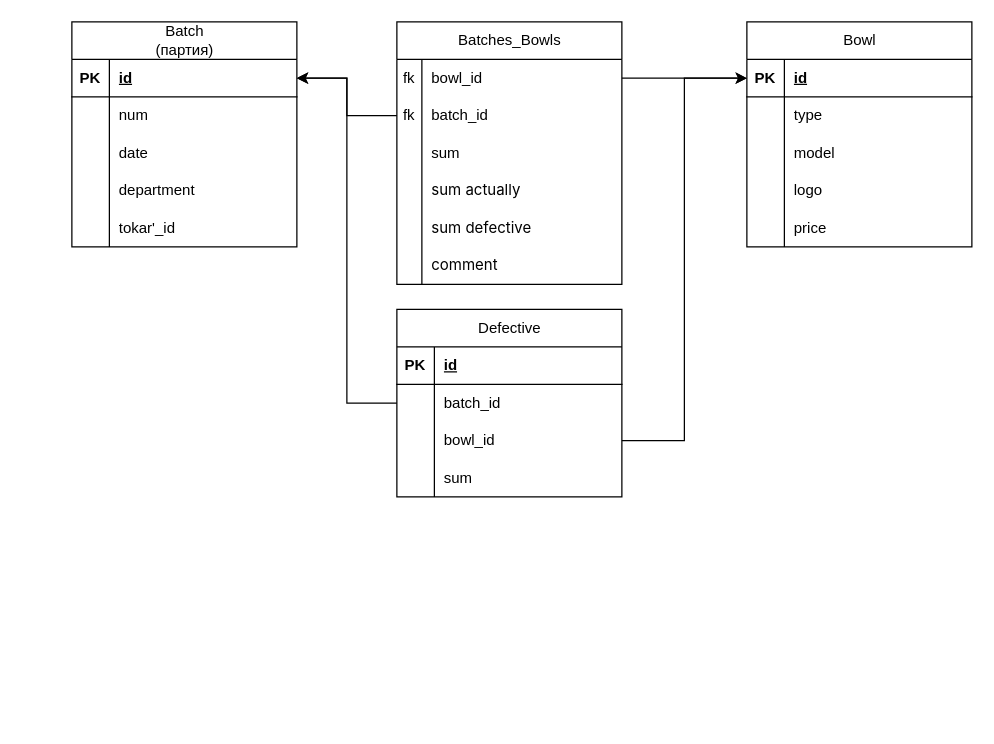
Before: CosmoCRM.drawio in OGdanik/db_diagrams, a draw.io diagram. Source tidied: cells renumbered, new cells numbered last; positions are measured from the earlier drawing's top-left corner, leaving out a move shared by most shapes. Both pictures are drawn from the tidied source at 125%, with x=0, y=0 at pixel (71, 21).
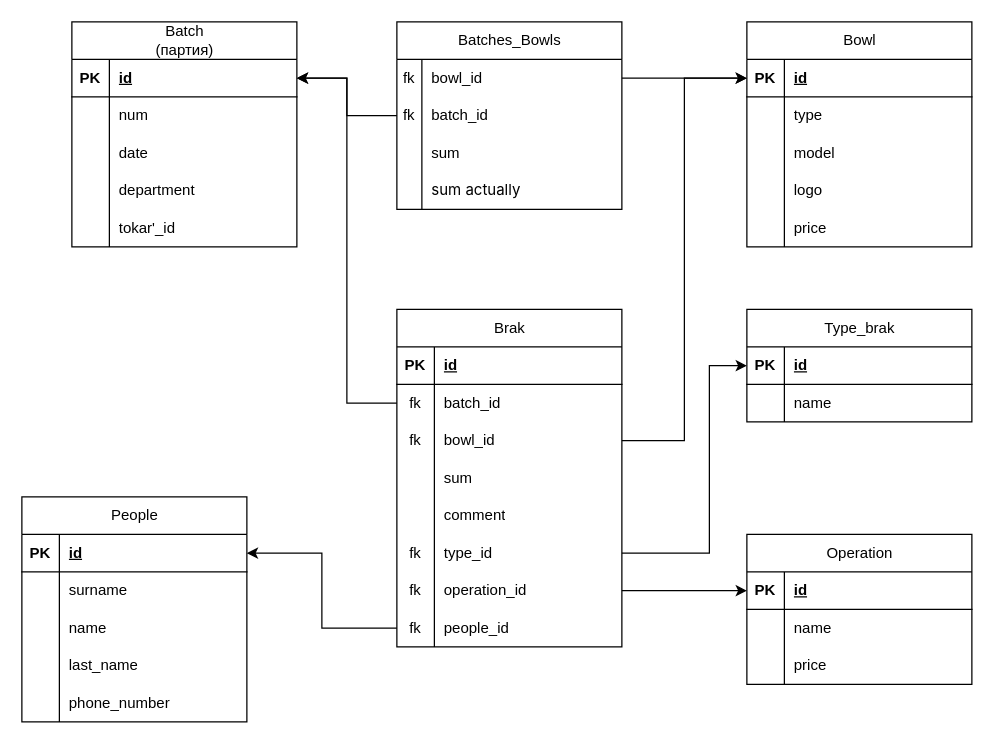
Above is the later version.

The change refers to these unchanged cells:
```xml
<mxCell id="59" style="shape=tableRow;horizontal=0;startSize=0;swimlaneHead=0;swimlaneBody=0;fillColor=none;points=[[0,0.5],[1,0.5]];portConstraint=eastwest;top=0;left=0;right=0;bottom=0;" parent="55" vertex="1">
  <mxGeometry y="60" width="180" height="30" as="geometry" />
</mxCell>
<mxCell id="62" style="shape=tableRow;horizontal=0;startSize=0;swimlaneHead=0;swimlaneBody=0;fillColor=none;points=[[0,0.5],[1,0.5]];portConstraint=eastwest;top=0;left=0;right=0;bottom=0;" parent="55" vertex="1">
  <mxGeometry y="90" width="180" height="30" as="geometry" />
</mxCell>
```

What changed in the source:
```diff
@@
     <mxCell id="18" value="&lt;span style=&quot;font-weight: 400; text-wrap: wrap;&quot;&gt;Batches_Bowls&lt;/span&gt;" style="shape=table;startSize=30;childLayout=tableLayout;rowLines=0;fontStyle=1;align=center;html=1;" parent="1" vertex="1">
-      <mxGeometry x="260" width="180" height="210" as="geometry" />
+      <mxGeometry x="260" width="180" height="150" as="geometry" />
     </mxCell>
@@
-    <mxCell id="31" style="shape=tableRow;horizontal=0;startSize=0;swimlaneHead=0;swimlaneBody=0;fillColor=none;top=0;left=0;right=0;bottom=0;" parent="18" vertex="1">
-      <mxGeometry y="150" width="180" height="30" as="geometry" />
-    </mxCell>
-    <mxCell id="32" style="shape=partialRectangle;fillColor=none;top=0;left=0;bottom=0;right=0;overflow=hidden;whiteSpace=wrap;html=1;" parent="31" vertex="1">
-      <mxGeometry width="20" height="30" as="geometry" />
-    </mxCell>
-    <mxCell id="33" value="&lt;font size=&quot;1&quot; face=&quot;YS Text, -apple-system, BlinkMacSystemFont, Arial, Helvetica, sans-serif&quot;&gt;&lt;span style=&quot;white-space-collapse: preserve; background-color: rgba(255, 255, 255, 0.05); font-size: 12px;&quot;&gt;sum &lt;/span&gt;&lt;/font&gt;&lt;font face=&quot;YS Text, -apple-system, BlinkMacSystemFont, Arial, Helvetica, sans-serif&quot;&gt;&lt;span style=&quot;white-space-collapse: preserve;&quot;&gt;defective&lt;/span&gt;&lt;/font&gt;" style="shape=partialRectangle;fillColor=none;top=0;left=0;bottom=0;right=0;align=left;spacingLeft=6;overflow=hidden;whiteSpace=wrap;html=1;" parent="31" vertex="1">
-      <mxGeometry x="20" width="160" height="30" as="geometry" />
-    </mxCell>
-    <mxCell id="34" style="shape=tableRow;horizontal=0;startSize=0;swimlaneHead=0;swimlaneBody=0;fillColor=none;points=[[0,0.5],[1,0.5]];portConstraint=eastwest;top=0;left=0;right=0;bottom=0;" parent="18" vertex="1">
-      <mxGeometry y="180" width="180" height="30" as="geometry" />
-    </mxCell>
-    <mxCell id="35" style="shape=partialRectangle;fillColor=none;top=0;left=0;bottom=0;right=0;overflow=hidden;whiteSpace=wrap;html=1;" parent="34" vertex="1">
-      <mxGeometry width="20" height="30" as="geometry" />
-    </mxCell>
-    <mxCell id="36" value="&lt;span style=&quot;font-family: &amp;quot;YS Text&amp;quot;, -apple-system, BlinkMacSystemFont, Arial, Helvetica, sans-serif; white-space-collapse: preserve; background-color: rgba(255, 255, 255, 0.05);&quot;&gt;comment&lt;/span&gt;" style="shape=partialRectangle;fillColor=none;top=0;left=0;bottom=0;right=0;align=left;spacingLeft=6;overflow=hidden;whiteSpace=wrap;html=1;" parent="34" vertex="1">
-      <mxGeometry x="20" width="160" height="30" as="geometry" />
-    </mxCell>
@@
-    <mxCell id="55" value="&lt;span style=&quot;font-weight: 400; text-wrap: wrap;&quot;&gt;Defective&lt;/span&gt;" style="shape=table;startSize=30;childLayout=tableLayout;rowLines=0;fontStyle=1;align=center;html=1;" parent="1" vertex="1">
-      <mxGeometry x="260" y="230" width="180" height="150" as="geometry" />
+    <mxCell id="55" value="&lt;span style=&quot;font-weight: 400; text-wrap: wrap;&quot;&gt;Brak&lt;/span&gt;" style="shape=table;startSize=30;childLayout=tableLayout;rowLines=0;fontStyle=1;align=center;html=1;" parent="1" vertex="1">
+      <mxGeometry x="260" y="230" width="180" height="270" as="geometry" />
     </mxCell>
@@
-    <mxCell id="60" style="shape=partialRectangle;fillColor=none;top=0;left=0;bottom=0;right=0;overflow=hidden;whiteSpace=wrap;html=1;" parent="59" vertex="1">
+    <mxCell id="60" value="fk" style="shape=partialRectangle;fillColor=none;top=0;left=0;bottom=0;right=0;overflow=hidden;whiteSpace=wrap;html=1;" parent="59" vertex="1">
       <mxGeometry width="30" height="30" as="geometry" />
     </mxCell>
@@
-    <mxCell id="63" style="shape=partialRectangle;fillColor=none;top=0;left=0;bottom=0;right=0;overflow=hidden;whiteSpace=wrap;html=1;" parent="62" vertex="1">
+    <mxCell id="63" value="fk" style="shape=partialRectangle;fillColor=none;top=0;left=0;bottom=0;right=0;overflow=hidden;whiteSpace=wrap;html=1;" parent="62" vertex="1">
       <mxGeometry width="30" height="30" as="geometry" />
     </mxCell>
@@
+    <mxCell id="70" style="shape=tableRow;horizontal=0;startSize=0;swimlaneHead=0;swimlaneBody=0;fillColor=none;top=0;left=0;right=0;bottom=0;" parent="55" vertex="1">
+      <mxGeometry y="120" width="180" height="30" as="geometry" />
+    </mxCell>
+    <mxCell id="71" style="shape=partialRectangle;fillColor=none;top=0;left=0;bottom=0;right=0;overflow=hidden;whiteSpace=wrap;html=1;" parent="70" vertex="1">
+      <mxGeometry width="30" height="30" as="geometry" />
+    </mxCell>
+    <mxCell id="72" value="sum" style="shape=partialRectangle;fillColor=none;top=0;left=0;bottom=0;right=0;align=left;spacingLeft=6;overflow=hidden;whiteSpace=wrap;html=1;" parent="70" vertex="1">
+      <mxGeometry x="30" width="150" height="30" as="geometry" />
+    </mxCell>
+    <mxCell id="73" style="shape=tableRow;horizontal=0;startSize=0;swimlaneHead=0;swimlaneBody=0;fillColor=none;top=0;left=0;right=0;bottom=0;" parent="55" vertex="1">
+      <mxGeometry y="150" width="180" height="30" as="geometry" />
+    </mxCell>
+    <mxCell id="74" style="shape=partialRectangle;fillColor=none;top=0;left=0;bottom=0;right=0;overflow=hidden;whiteSpace=wrap;html=1;" parent="73" vertex="1">
+      <mxGeometry width="30" height="30" as="geometry" />
+    </mxCell>
+    <mxCell id="36" value="comment" style="shape=partialRectangle;fillColor=none;top=0;left=0;bottom=0;right=0;align=left;spacingLeft=6;overflow=hidden;whiteSpace=wrap;html=1;" parent="73" vertex="1">
+      <mxGeometry x="30" width="150" height="30" as="geometry" />
+    </mxCell>
+    <mxCell id="34" style="shape=tableRow;horizontal=0;startSize=0;swimlaneHead=0;swimlaneBody=0;fillColor=none;points=[[0,0.5],[1,0.5]];portConstraint=eastwest;top=0;left=0;right=0;bottom=0;" parent="55" vertex="1">
+      <mxGeometry y="180" width="180" height="30" as="geometry" />
+    </mxCell>
+    <mxCell id="75" value="fk" style="shape=partialRectangle;fillColor=none;top=0;left=0;bottom=0;right=0;overflow=hidden;whiteSpace=wrap;html=1;" parent="34" vertex="1">
+      <mxGeometry width="30" height="30" as="geometry" />
+    </mxCell>
+    <mxCell id="76" value="type_id" style="shape=partialRectangle;fillColor=none;top=0;left=0;bottom=0;right=0;align=left;spacingLeft=6;overflow=hidden;whiteSpace=wrap;html=1;" parent="34" vertex="1">
+      <mxGeometry x="30" width="150" height="30" as="geometry" />
+    </mxCell>
+    <mxCell id="77" style="shape=tableRow;horizontal=0;startSize=0;swimlaneHead=0;swimlaneBody=0;fillColor=none;points=[[0,0.5],[1,0.5]];portConstraint=eastwest;top=0;left=0;right=0;bottom=0;" parent="55" vertex="1">
+      <mxGeometry y="210" width="180" height="30" as="geometry" />
+    </mxCell>
+    <mxCell id="78" value="fk" style="shape=partialRectangle;fillColor=none;top=0;left=0;bottom=0;right=0;overflow=hidden;whiteSpace=wrap;html=1;" parent="77" vertex="1">
+      <mxGeometry width="30" height="30" as="geometry" />
+    </mxCell>
+    <mxCell id="79" value="operation_id" style="shape=partialRectangle;fillColor=none;top=0;left=0;bottom=0;right=0;align=left;spacingLeft=6;overflow=hidden;whiteSpace=wrap;html=1;" parent="77" vertex="1">
+      <mxGeometry x="30" width="150" height="30" as="geometry" />
+    </mxCell>
     <mxCell id="65" style="shape=tableRow;horizontal=0;startSize=0;swimlaneHead=0;swimlaneBody=0;fillColor=none;points=[[0,0.5],[1,0.5]];portConstraint=eastwest;top=0;left=0;right=0;bottom=0;" parent="55" vertex="1">
-      <mxGeometry y="120" width="180" height="30" as="geometry" />
+      <mxGeometry y="240" width="180" height="30" as="geometry" />
     </mxCell>
-    <mxCell id="66" style="shape=partialRectangle;fillColor=none;top=0;left=0;bottom=0;right=0;overflow=hidden;whiteSpace=wrap;html=1;" parent="65" vertex="1">
+    <mxCell id="66" value="fk" style="shape=partialRectangle;fillColor=none;top=0;left=0;bottom=0;right=0;overflow=hidden;whiteSpace=wrap;html=1;" parent="65" vertex="1">
       <mxGeometry width="30" height="30" as="geometry" />
     </mxCell>
-    <mxCell id="67" value="sum" style="shape=partialRectangle;fillColor=none;top=0;left=0;bottom=0;right=0;align=left;spacingLeft=6;overflow=hidden;whiteSpace=wrap;html=1;" parent="65" vertex="1">
+    <mxCell id="67" value="people_id" style="shape=partialRectangle;fillColor=none;top=0;left=0;bottom=0;right=0;align=left;spacingLeft=6;overflow=hidden;whiteSpace=wrap;html=1;" parent="65" vertex="1">
       <mxGeometry x="30" width="150" height="30" as="geometry" />
     </mxCell>
@@
+    <mxCell id="80" value="&lt;span style=&quot;font-weight: 400; text-wrap: wrap;&quot;&gt;Operation&lt;/span&gt;" style="shape=table;startSize=30;childLayout=tableLayout;rowLines=0;fontStyle=1;align=center;html=1;" parent="1" vertex="1">
+      <mxGeometry x="540" y="410" width="180" height="120" as="geometry" />
+    </mxCell>
+    <mxCell id="81" style="shape=tableRow;horizontal=0;startSize=0;swimlaneHead=0;swimlaneBody=0;fillColor=none;points=[[0,0.5],[1,0.5]];portConstraint=eastwest;top=0;left=0;right=0;bottom=1;" parent="80" vertex="1">
+      <mxGeometry y="30" width="180" height="30" as="geometry" />
+    </mxCell>
+    <mxCell id="82" value="PK" style="shape=partialRectangle;fillColor=none;top=0;left=0;bottom=0;right=0;fontStyle=1;overflow=hidden;whiteSpace=wrap;html=1;" parent="81" vertex="1">
+      <mxGeometry width="30" height="30" as="geometry" />
+    </mxCell>
+    <mxCell id="83" value="id" style="shape=partialRectangle;fillColor=none;top=0;left=0;bottom=0;right=0;align=left;spacingLeft=6;fontStyle=5;overflow=hidden;whiteSpace=wrap;html=1;" parent="81" vertex="1">
+      <mxGeometry x="30" width="150" height="30" as="geometry" />
+    </mxCell>
+    <mxCell id="84" style="shape=tableRow;horizontal=0;startSize=0;swimlaneHead=0;swimlaneBody=0;fillColor=none;top=0;left=0;right=0;bottom=0;" parent="80" vertex="1">
+      <mxGeometry y="60" width="180" height="30" as="geometry" />
+    </mxCell>
+    <mxCell id="85" style="shape=partialRectangle;fillColor=none;top=0;left=0;bottom=0;right=0;overflow=hidden;whiteSpace=wrap;html=1;" parent="84" vertex="1">
+      <mxGeometry width="30" height="30" as="geometry" />
+    </mxCell>
+    <mxCell id="86" value="name" style="shape=partialRectangle;fillColor=none;top=0;left=0;bottom=0;right=0;align=left;spacingLeft=6;overflow=hidden;whiteSpace=wrap;html=1;" parent="84" vertex="1">
+      <mxGeometry x="30" width="150" height="30" as="geometry" />
+    </mxCell>
+    <mxCell id="87" style="shape=tableRow;horizontal=0;startSize=0;swimlaneHead=0;swimlaneBody=0;fillColor=none;top=0;left=0;right=0;bottom=0;" parent="80" vertex="1">
+      <mxGeometry y="90" width="180" height="30" as="geometry" />
+    </mxCell>
+    <mxCell id="88" style="shape=partialRectangle;fillColor=none;top=0;left=0;bottom=0;right=0;overflow=hidden;whiteSpace=wrap;html=1;" parent="87" vertex="1">
+      <mxGeometry width="30" height="30" as="geometry" />
+    </mxCell>
+    <mxCell id="89" value="price" style="shape=partialRectangle;fillColor=none;top=0;left=0;bottom=0;right=0;align=left;spacingLeft=6;overflow=hidden;whiteSpace=wrap;html=1;" parent="87" vertex="1">
+      <mxGeometry x="30" width="150" height="30" as="geometry" />
+    </mxCell>
+    <mxCell id="90" style="edgeStyle=orthogonalEdgeStyle;rounded=0;jettySize=auto;html=1;exitX=1;exitY=0.5;exitDx=0;exitDy=0;entryX=0;entryY=0.5;entryDx=0;entryDy=0;" parent="1" edge="1" source="77" target="81">
+      <mxGeometry relative="1" as="geometry">
+        <Array as="points">
+          <mxPoint x="520" y="455" />
+          <mxPoint x="520" y="455" />
+        </Array>
+      </mxGeometry>
+    </mxCell>
+    <mxCell id="91" value="&lt;span style=&quot;font-weight: 400; text-wrap: wrap;&quot;&gt;People&lt;/span&gt;" style="shape=table;startSize=30;childLayout=tableLayout;rowLines=0;fontStyle=1;align=center;html=1;" parent="1" vertex="1">
+      <mxGeometry x="-40" y="380" width="180" height="180" as="geometry" />
+    </mxCell>
+    <mxCell id="92" style="shape=tableRow;horizontal=0;startSize=0;swimlaneHead=0;swimlaneBody=0;fillColor=none;points=[[0,0.5],[1,0.5]];portConstraint=eastwest;top=0;left=0;right=0;bottom=1;" parent="91" vertex="1">
+      <mxGeometry y="30" width="180" height="30" as="geometry" />
+    </mxCell>
+    <mxCell id="93" value="PK" style="shape=partialRectangle;fillColor=none;top=0;left=0;bottom=0;right=0;fontStyle=1;overflow=hidden;whiteSpace=wrap;html=1;" parent="92" vertex="1">
+      <mxGeometry width="30" height="30" as="geometry" />
+    </mxCell>
+    <mxCell id="94" value="id" style="shape=partialRectangle;fillColor=none;top=0;left=0;bottom=0;right=0;align=left;spacingLeft=6;fontStyle=5;overflow=hidden;whiteSpace=wrap;html=1;" parent="92" vertex="1">
+      <mxGeometry x="30" width="150" height="30" as="geometry" />
+    </mxCell>
+    <mxCell id="95" style="shape=tableRow;horizontal=0;startSize=0;swimlaneHead=0;swimlaneBody=0;fillColor=none;top=0;left=0;right=0;bottom=0;" parent="91" vertex="1">
+      <mxGeometry y="60" width="180" height="30" as="geometry" />
+    </mxCell>
+    <mxCell id="96" style="shape=partialRectangle;fillColor=none;top=0;left=0;bottom=0;right=0;overflow=hidden;whiteSpace=wrap;html=1;" parent="95" vertex="1">
+      <mxGeometry width="30" height="30" as="geometry" />
+    </mxCell>
+    <mxCell id="97" value="surname" style="shape=partialRectangle;fillColor=none;top=0;left=0;bottom=0;right=0;align=left;spacingLeft=6;overflow=hidden;whiteSpace=wrap;html=1;" parent="95" vertex="1">
+      <mxGeometry x="30" width="150" height="30" as="geometry" />
+    </mxCell>
+    <mxCell id="98" style="shape=tableRow;horizontal=0;startSize=0;swimlaneHead=0;swimlaneBody=0;fillColor=none;top=0;left=0;right=0;bottom=0;" parent="91" vertex="1">
+      <mxGeometry y="90" width="180" height="30" as="geometry" />
+    </mxCell>
+    <mxCell id="99" style="shape=partialRectangle;fillColor=none;top=0;left=0;bottom=0;right=0;overflow=hidden;whiteSpace=wrap;html=1;" parent="98" vertex="1">
+      <mxGeometry width="30" height="30" as="geometry" />
+    </mxCell>
+    <mxCell id="100" value="name" style="shape=partialRectangle;fillColor=none;top=0;left=0;bottom=0;right=0;align=left;spacingLeft=6;overflow=hidden;whiteSpace=wrap;html=1;" parent="98" vertex="1">
+      <mxGeometry x="30" width="150" height="30" as="geometry" />
+    </mxCell>
+    <mxCell id="101" style="shape=tableRow;horizontal=0;startSize=0;swimlaneHead=0;swimlaneBody=0;fillColor=none;top=0;left=0;right=0;bottom=0;" parent="91" vertex="1">
+      <mxGeometry y="120" width="180" height="30" as="geometry" />
+    </mxCell>
+    <mxCell id="102" style="shape=partialRectangle;fillColor=none;top=0;left=0;bottom=0;right=0;overflow=hidden;whiteSpace=wrap;html=1;" parent="101" vertex="1">
+      <mxGeometry width="30" height="30" as="geometry" />
+    </mxCell>
+    <mxCell id="103" value="last_name" style="shape=partialRectangle;fillColor=none;top=0;left=0;bottom=0;right=0;align=left;spacingLeft=6;overflow=hidden;whiteSpace=wrap;html=1;" parent="101" vertex="1">
+      <mxGeometry x="30" width="150" height="30" as="geometry" />
+    </mxCell>
+    <mxCell id="104" style="shape=tableRow;horizontal=0;startSize=0;swimlaneHead=0;swimlaneBody=0;fillColor=none;top=0;left=0;right=0;bottom=0;" parent="91" vertex="1">
+      <mxGeometry y="150" width="180" height="30" as="geometry" />
+    </mxCell>
+    <mxCell id="105" style="shape=partialRectangle;fillColor=none;top=0;left=0;bottom=0;right=0;overflow=hidden;whiteSpace=wrap;html=1;" parent="104" vertex="1">
+      <mxGeometry width="30" height="30" as="geometry" />
+    </mxCell>
+    <mxCell id="106" value="phone_number" style="shape=partialRectangle;fillColor=none;top=0;left=0;bottom=0;right=0;align=left;spacingLeft=6;overflow=hidden;whiteSpace=wrap;html=1;" parent="104" vertex="1">
+      <mxGeometry x="30" width="150" height="30" as="geometry" />
+    </mxCell>
+    <mxCell id="107" style="edgeStyle=orthogonalEdgeStyle;rounded=0;jettySize=auto;html=1;exitX=0;exitY=0.5;exitDx=0;exitDy=0;entryX=1;entryY=0.5;entryDx=0;entryDy=0;" parent="1" edge="1" source="65" target="92">
+      <mxGeometry relative="1" as="geometry" />
+    </mxCell>
+    <mxCell id="108" value="&lt;span style=&quot;font-weight: 400; text-wrap: wrap;&quot;&gt;Type_brak&lt;/span&gt;" style="shape=table;startSize=30;childLayout=tableLayout;rowLines=0;fontStyle=1;align=center;html=1;" parent="1" vertex="1">
+      <mxGeometry x="540" y="230" width="180" height="90" as="geometry" />
+    </mxCell>
+    <mxCell id="109" style="shape=tableRow;horizontal=0;startSize=0;swimlaneHead=0;swimlaneBody=0;fillColor=none;points=[[0,0.5],[1,0.5]];portConstraint=eastwest;top=0;left=0;right=0;bottom=1;" parent="108" vertex="1">
+      <mxGeometry y="30" width="180" height="30" as="geometry" />
+    </mxCell>
+    <mxCell id="110" value="PK" style="shape=partialRectangle;fillColor=none;top=0;left=0;bottom=0;right=0;fontStyle=1;overflow=hidden;whiteSpace=wrap;html=1;" parent="109" vertex="1">
+      <mxGeometry width="30" height="30" as="geometry" />
+    </mxCell>
+    <mxCell id="111" value="id" style="shape=partialRectangle;fillColor=none;top=0;left=0;bottom=0;right=0;align=left;spacingLeft=6;fontStyle=5;overflow=hidden;whiteSpace=wrap;html=1;" parent="109" vertex="1">
+      <mxGeometry x="30" width="150" height="30" as="geometry" />
+    </mxCell>
+    <mxCell id="112" style="shape=tableRow;horizontal=0;startSize=0;swimlaneHead=0;swimlaneBody=0;fillColor=none;top=0;left=0;right=0;bottom=0;" parent="108" vertex="1">
+      <mxGeometry y="60" width="180" height="30" as="geometry" />
+    </mxCell>
+    <mxCell id="113" style="shape=partialRectangle;fillColor=none;top=0;left=0;bottom=0;right=0;overflow=hidden;whiteSpace=wrap;html=1;" parent="112" vertex="1">
+      <mxGeometry width="30" height="30" as="geometry" />
+    </mxCell>
+    <mxCell id="114" value="name" style="shape=partialRectangle;fillColor=none;top=0;left=0;bottom=0;right=0;align=left;spacingLeft=6;overflow=hidden;whiteSpace=wrap;html=1;" parent="112" vertex="1">
+      <mxGeometry x="30" width="150" height="30" as="geometry" />
+    </mxCell>
+    <mxCell id="115" style="edgeStyle=orthogonalEdgeStyle;rounded=0;jettySize=auto;html=1;entryX=0;entryY=0.5;entryDx=0;entryDy=0;exitX=1;exitY=0.5;exitDx=0;exitDy=0;" parent="1" edge="1" source="34" target="109">
+      <mxGeometry relative="1" as="geometry">
+        <Array as="points">
+          <mxPoint x="510" y="425" />
+          <mxPoint x="510" y="275" />
+        </Array>
+      </mxGeometry>
+    </mxCell>
```
